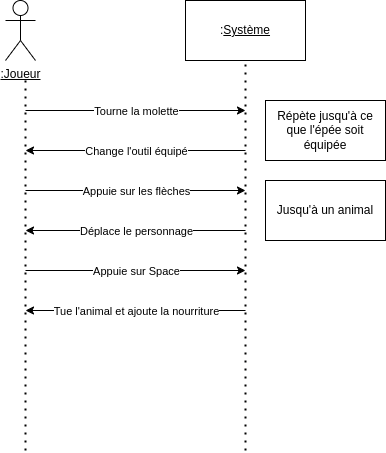
laisnmat/kotlin-game keeps this draw.io diagram as doc/Diagrammes/Diagramme_séquence_nourriture.png. Above is the earlier version. Source tidied: cells renumbered, new cells last; positions are measured from the earlier drawing's top-left corner, leaving out a move shared by most shapes. The source it was exported from:
```xml
<mxGraphModel>
  <root>
    <mxCell id="0" />
    <mxCell id="1" parent="0" />
    <mxCell id="2" value="&lt;u&gt;:Joueur&lt;/u&gt;" style="shape=umlActor;verticalLabelPosition=bottom;verticalAlign=top;html=1;" parent="1" vertex="1">
      <mxGeometry width="30" height="60" as="geometry" />
    </mxCell>
    <mxCell id="3" value=":&lt;u&gt;Système&lt;/u&gt;" style="rounded=0;whiteSpace=wrap;html=1;" parent="1" vertex="1">
      <mxGeometry x="180" width="120" height="60" as="geometry" />
    </mxCell>
    <mxCell id="4" style="endArrow=none;dashed=1;html=1;dashPattern=1 3;strokeWidth=2;rounded=0;entryX=0.5;entryY=1;entryDx=0;entryDy=0;" parent="1" edge="1" target="3">
      <mxGeometry relative="1" as="geometry">
        <mxPoint x="240" y="450" as="sourcePoint" />
      </mxGeometry>
    </mxCell>
    <mxCell id="5" style="endArrow=none;dashed=1;html=1;dashPattern=1 3;strokeWidth=2;rounded=0;" parent="1" edge="1">
      <mxGeometry relative="1" as="geometry">
        <mxPoint x="20" y="450" as="sourcePoint" />
        <mxPoint x="20" y="80" as="targetPoint" />
      </mxGeometry>
    </mxCell>
    <mxCell id="6" style="endArrow=classic;html=1;rounded=0;" parent="1" edge="1">
      <mxGeometry relative="1" as="geometry">
        <mxPoint x="20" y="110" as="sourcePoint" />
        <mxPoint x="240" y="110" as="targetPoint" />
      </mxGeometry>
    </mxCell>
    <mxCell id="7" value="Tourne la molette" style="edgeLabel;html=1;align=center;verticalAlign=middle;" parent="6" vertex="1">
      <mxGeometry relative="1" as="geometry" />
    </mxCell>
    <mxCell id="8" style="endArrow=classic;html=1;rounded=0;" parent="1" edge="1">
      <mxGeometry relative="1" as="geometry">
        <mxPoint x="240" y="150" as="sourcePoint" />
        <mxPoint x="20" y="150" as="targetPoint" />
      </mxGeometry>
    </mxCell>
    <mxCell id="9" value="Change l'outil équipé" style="edgeLabel;html=1;align=center;verticalAlign=middle;" parent="8" vertex="1">
      <mxGeometry relative="1" as="geometry" />
    </mxCell>
    <mxCell id="10" value="Répète jusqu'à ce que l'épée soit équipée" style="rounded=0;whiteSpace=wrap;html=1;" parent="1" vertex="1">
      <mxGeometry x="260" y="100" width="120" height="60" as="geometry" />
    </mxCell>
    <mxCell id="11" style="endArrow=classic;html=1;rounded=0;" parent="1" edge="1">
      <mxGeometry relative="1" as="geometry">
        <mxPoint x="20" y="190" as="sourcePoint" />
        <mxPoint x="240" y="190" as="targetPoint" />
      </mxGeometry>
    </mxCell>
    <mxCell id="12" value="Appuie sur les flèches" style="edgeLabel;html=1;align=center;verticalAlign=middle;" parent="11" vertex="1">
      <mxGeometry relative="1" as="geometry" />
    </mxCell>
    <mxCell id="13" style="endArrow=classic;html=1;rounded=0;" parent="1" edge="1">
      <mxGeometry relative="1" as="geometry">
        <mxPoint x="240" y="230" as="sourcePoint" />
        <mxPoint x="20" y="230" as="targetPoint" />
      </mxGeometry>
    </mxCell>
    <mxCell id="14" value="Déplace le personnage" style="edgeLabel;html=1;align=center;verticalAlign=middle;" parent="13" vertex="1">
      <mxGeometry relative="1" as="geometry" />
    </mxCell>
    <mxCell id="15" value="Jusqu'à un animal" style="rounded=0;whiteSpace=wrap;html=1;" parent="1" vertex="1">
      <mxGeometry x="260" y="180" width="120" height="60" as="geometry" />
    </mxCell>
    <mxCell id="16" style="endArrow=classic;html=1;rounded=0;" parent="1" edge="1">
      <mxGeometry relative="1" as="geometry">
        <mxPoint x="20" y="270" as="sourcePoint" />
        <mxPoint x="240" y="270" as="targetPoint" />
      </mxGeometry>
    </mxCell>
    <mxCell id="17" value="Appuie sur Space" style="edgeLabel;html=1;align=center;verticalAlign=middle;" parent="16" vertex="1">
      <mxGeometry relative="1" as="geometry" />
    </mxCell>
    <mxCell id="18" style="endArrow=classic;html=1;rounded=0;" parent="1" edge="1">
      <mxGeometry relative="1" as="geometry">
        <mxPoint x="240" y="310" as="sourcePoint" />
        <mxPoint x="20" y="310" as="targetPoint" />
      </mxGeometry>
    </mxCell>
    <mxCell id="19" value="Tue l'animal et ajoute la nourriture" style="edgeLabel;html=1;align=center;verticalAlign=middle;" parent="18" vertex="1">
      <mxGeometry relative="1" as="geometry" />
    </mxCell>
  </root>
</mxGraphModel>
```
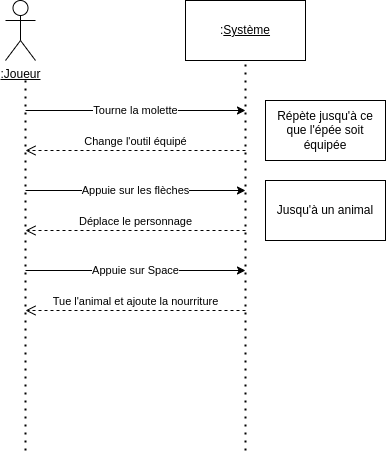
The same diagram one commit later.

Commit message:
Mise à jour diagramme de séquence

The edit, as a diff of the source:
```diff
@@ -28,15 +28,6 @@
     <mxCell id="7" value="Tourne la molette" style="edgeLabel;html=1;align=center;verticalAlign=middle;" parent="6" vertex="1">
       <mxGeometry relative="1" as="geometry" />
     </mxCell>
-    <mxCell id="8" style="endArrow=classic;html=1;rounded=0;" parent="1" edge="1">
-      <mxGeometry relative="1" as="geometry">
-        <mxPoint x="240" y="150" as="sourcePoint" />
-        <mxPoint x="20" y="150" as="targetPoint" />
-      </mxGeometry>
-    </mxCell>
-    <mxCell id="9" value="Change l'outil équipé" style="edgeLabel;html=1;align=center;verticalAlign=middle;" parent="8" vertex="1">
-      <mxGeometry relative="1" as="geometry" />
-    </mxCell>
     <mxCell id="10" value="Répète jusqu'à ce que l'épée soit équipée" style="rounded=0;whiteSpace=wrap;html=1;" parent="1" vertex="1">
       <mxGeometry x="260" y="100" width="120" height="60" as="geometry" />
     </mxCell>
@@ -49,15 +40,6 @@
     <mxCell id="12" value="Appuie sur les flèches" style="edgeLabel;html=1;align=center;verticalAlign=middle;" parent="11" vertex="1">
       <mxGeometry relative="1" as="geometry" />
     </mxCell>
-    <mxCell id="13" style="endArrow=classic;html=1;rounded=0;" parent="1" edge="1">
-      <mxGeometry relative="1" as="geometry">
-        <mxPoint x="240" y="230" as="sourcePoint" />
-        <mxPoint x="20" y="230" as="targetPoint" />
-      </mxGeometry>
-    </mxCell>
-    <mxCell id="14" value="Déplace le personnage" style="edgeLabel;html=1;align=center;verticalAlign=middle;" parent="13" vertex="1">
-      <mxGeometry relative="1" as="geometry" />
-    </mxCell>
     <mxCell id="15" value="Jusqu'à un animal" style="rounded=0;whiteSpace=wrap;html=1;" parent="1" vertex="1">
       <mxGeometry x="260" y="180" width="120" height="60" as="geometry" />
     </mxCell>
@@ -70,14 +52,23 @@
     <mxCell id="17" value="Appuie sur Space" style="edgeLabel;html=1;align=center;verticalAlign=middle;" parent="16" vertex="1">
       <mxGeometry relative="1" as="geometry" />
     </mxCell>
-    <mxCell id="18" style="endArrow=classic;html=1;rounded=0;" parent="1" edge="1">
-      <mxGeometry relative="1" as="geometry">
-        <mxPoint x="240" y="310" as="sourcePoint" />
-        <mxPoint x="20" y="310" as="targetPoint" />
-      </mxGeometry>
-    </mxCell>
+    <mxCell id="9" value="Change l'outil équipé" style="html=1;verticalAlign=bottom;endArrow=open;dashed=1;endSize=8;curved=0;rounded=0;" parent="1" edge="1">
+      <mxGeometry relative="1" as="geometry">
+        <mxPoint x="240" y="150" as="sourcePoint" />
+        <mxPoint x="20" y="150" as="targetPoint" />
+      </mxGeometry>
+    </mxCell>
+    <mxCell id="14" value="Déplace le personnage" style="html=1;verticalAlign=bottom;endArrow=open;dashed=1;endSize=8;curved=0;rounded=0;" parent="1" edge="1">
+      <mxGeometry relative="1" as="geometry">
+        <mxPoint x="240" y="230" as="sourcePoint" />
+        <mxPoint x="20" y="230" as="targetPoint" />
+      </mxGeometry>
+    </mxCell>
-    <mxCell id="19" value="Tue l'animal et ajoute la nourriture" style="edgeLabel;html=1;align=center;verticalAlign=middle;" parent="18" vertex="1">
-      <mxGeometry relative="1" as="geometry" />
+    <mxCell id="19" value="Tue l'animal et ajoute la nourriture" style="html=1;verticalAlign=bottom;endArrow=open;dashed=1;endSize=8;curved=0;rounded=0;" parent="1" edge="1">
+      <mxGeometry relative="1" as="geometry">
+        <mxPoint x="240" y="310" as="sourcePoint" />
+        <mxPoint x="20" y="310" as="targetPoint" />
+      </mxGeometry>
     </mxCell>
   </root>
 </mxGraphModel>
```
